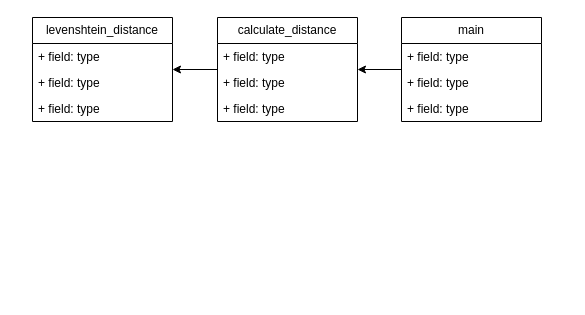
Before: modules.drawio in DanteDeLordran/levenshtein_distance, a draw.io diagram. Source tidied: cells renumbered, new cells numbered last; positions are measured from the earlier drawing's top-left corner, leaving out a move shared by most shapes. Both pictures are drawn from the tidied source at 100%, with x=0, y=0 at pixel (32, 17).
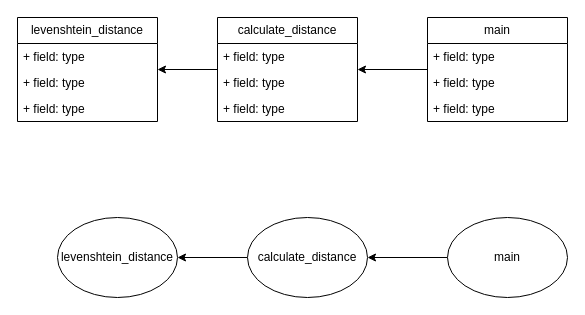
The same diagram, later.

Commit message (it also covers changes not shown here):
Matrix CFG and modules diagram

Change to the diagram source:
```diff
@@
     <mxCell id="2" value="levenshtein_distance" style="swimlane;fontStyle=0;horizontal=1;startSize=26;fillColor=none;whiteSpace=wrap;html=1;" parent="1" vertex="1">
-      <mxGeometry width="140" height="104" as="geometry" />
+      <mxGeometry x="-15" width="140" height="104" as="geometry" />
     </mxCell>
@@
     <mxCell id="12" value="main" style="swimlane;fontStyle=0;horizontal=1;startSize=26;fillColor=none;whiteSpace=wrap;html=1;" parent="1" vertex="1">
-      <mxGeometry x="369" width="140" height="104" as="geometry" />
+      <mxGeometry x="395" width="140" height="104" as="geometry" />
     </mxCell>
@@
+    <mxCell id="16" style="edgeStyle=orthogonalEdgeStyle;rounded=0;jettySize=auto;html=1;" parent="1" edge="1" source="17" target="19">
+      <mxGeometry relative="1" as="geometry" />
+    </mxCell>
+    <mxCell id="17" value="main" style="ellipse;whiteSpace=wrap;html=1;" parent="1" vertex="1">
+      <mxGeometry x="415" y="200" width="120" height="80" as="geometry" />
+    </mxCell>
+    <mxCell id="18" style="edgeStyle=orthogonalEdgeStyle;rounded=0;jettySize=auto;html=1;" parent="1" edge="1" source="19" target="20">
+      <mxGeometry relative="1" as="geometry" />
+    </mxCell>
+    <mxCell id="19" value="calculate_distance" style="ellipse;whiteSpace=wrap;html=1;" parent="1" vertex="1">
+      <mxGeometry x="215" y="200" width="120" height="80" as="geometry" />
+    </mxCell>
+    <mxCell id="20" value="levenshtein_distance" style="ellipse;whiteSpace=wrap;html=1;" parent="1" vertex="1">
+      <mxGeometry x="25" y="200" width="120" height="80" as="geometry" />
+    </mxCell>
```
